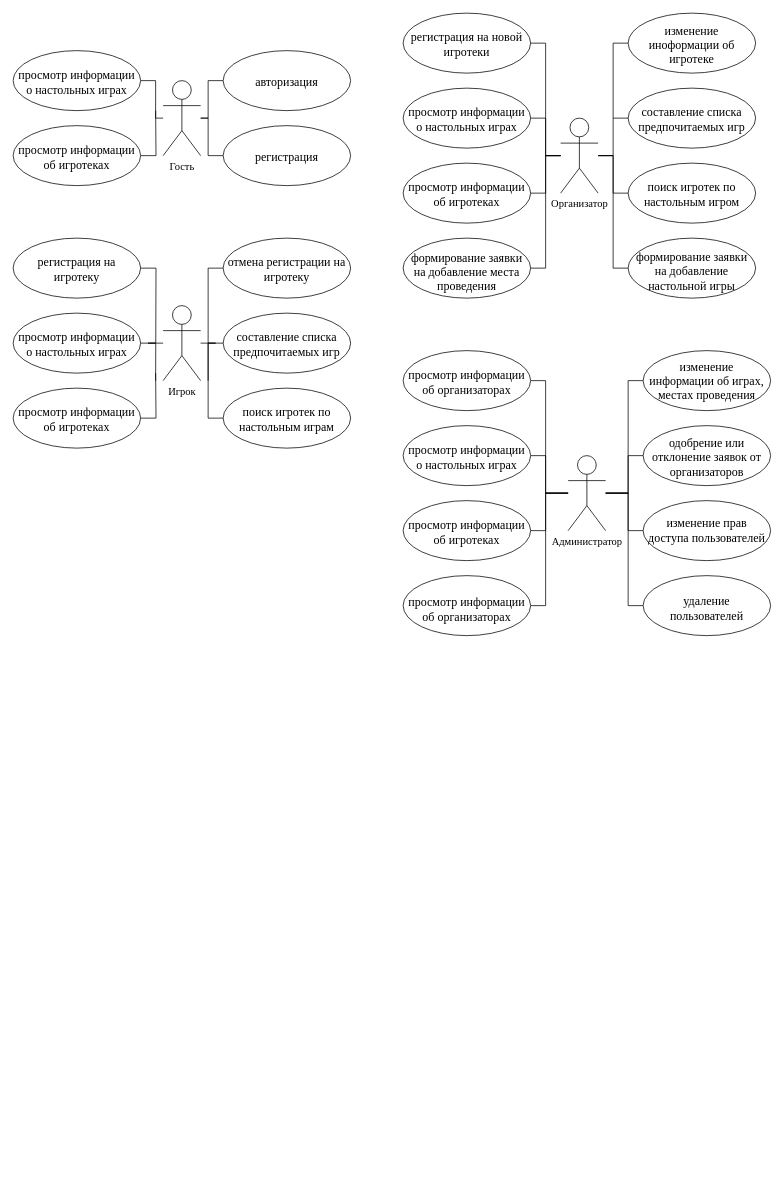
Earlier version of the draw.io diagram page "Use-Cases" (2 of 6) of docs/img/BG-ER.drawio (MyMiDiII/bmstu-board-games). Source tidied: cells renumbered, new cells numbered last; positions are measured from the earlier drawing's top-left corner, leaving out a move shared by most shapes. Both pictures are drawn from the tidied source at 75%, with x=0, y=0 at pixel (13, 13).
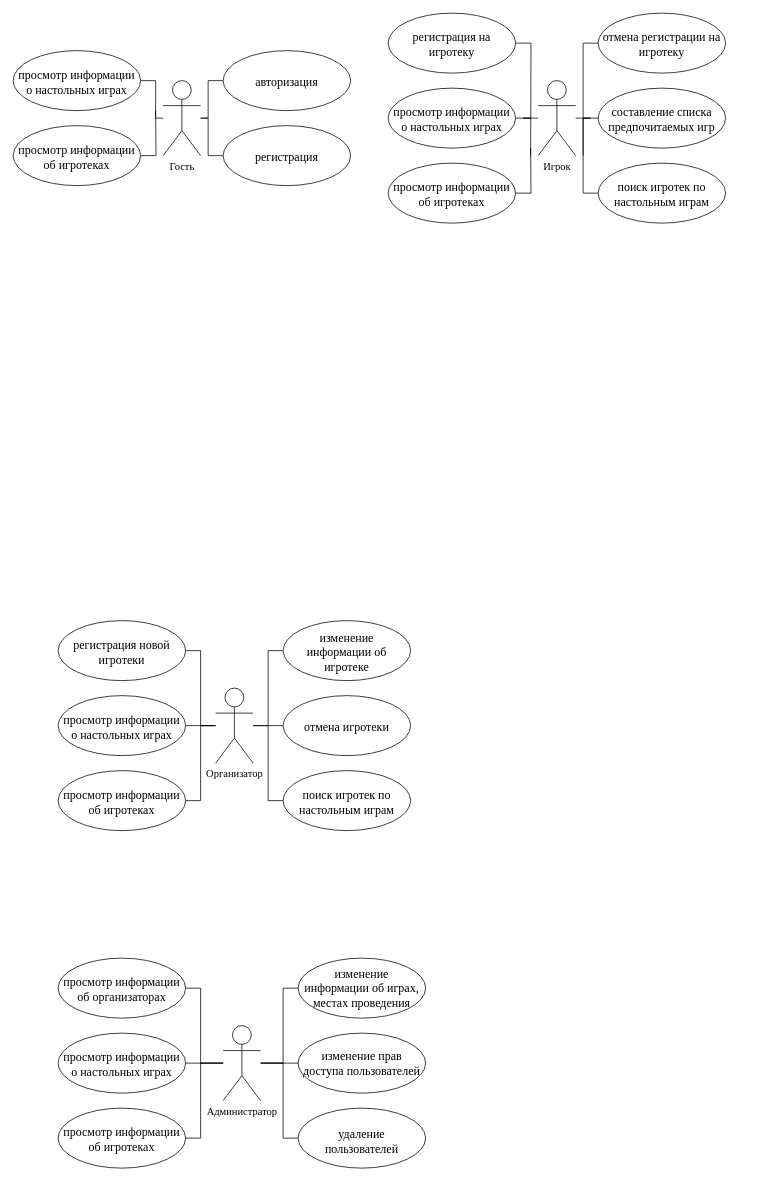
Above is the later version.

The edit, as a diff of the source:
```diff
@@
     <mxCell id="11" value="&lt;font face=&quot;Times New Roman&quot;&gt;&lt;span style=&quot;font-size: 14px;&quot;&gt;Игрок&lt;/span&gt;&lt;/font&gt;" style="shape=umlActor;verticalLabelPosition=bottom;verticalAlign=top;html=1;outlineConnect=0;" parent="1" vertex="1">
-      <mxGeometry x="200" y="390" width="50" height="100" as="geometry" />
+      <mxGeometry x="700" y="90" width="50" height="100" as="geometry" />
     </mxCell>
@@
     <mxCell id="13" value="просмотр информации о настольных играх" style="ellipse;whiteSpace=wrap;html=1;fontFamily=Times New Roman;fontSize=16;spacingLeft=5;spacingRight=5;spacingTop=3;" parent="1" vertex="1">
-      <mxGeometry y="400" width="170" height="80" as="geometry" />
+      <mxGeometry x="500" y="100" width="170" height="80" as="geometry" />
     </mxCell>
     <mxCell id="14" style="edgeStyle=orthogonalEdgeStyle;rounded=0;jettySize=auto;html=1;exitX=1;exitY=0.5;exitDx=0;exitDy=0;fontFamily=Times New Roman;fontSize=14;endArrow=none;endFill=0;" parent="1" edge="1" source="15">
       <mxGeometry relative="1" as="geometry">
-        <mxPoint x="190" y="480" as="targetPoint" />
+        <mxPoint x="690" y="180" as="targetPoint" />
       </mxGeometry>
     </mxCell>
     <mxCell id="15" value="просмотр информации об игротеках" style="ellipse;whiteSpace=wrap;html=1;fontFamily=Times New Roman;fontSize=16;spacingLeft=5;spacingRight=5;spacingTop=4;" parent="1" vertex="1">
-      <mxGeometry y="500" width="170" height="80" as="geometry" />
+      <mxGeometry x="500" y="200" width="170" height="80" as="geometry" />
     </mxCell>
@@
     <mxCell id="17" value="составление списка предпочитаемых игр" style="ellipse;whiteSpace=wrap;html=1;fontFamily=Times New Roman;fontSize=16;spacingLeft=5;spacingRight=5;spacingTop=4;" parent="1" vertex="1">
-      <mxGeometry x="280" y="400" width="170" height="80" as="geometry" />
+      <mxGeometry x="780" y="100" width="170" height="80" as="geometry" />
     </mxCell>
     <mxCell id="18" style="edgeStyle=orthogonalEdgeStyle;rounded=0;jettySize=auto;html=1;exitX=0;exitY=0.5;exitDx=0;exitDy=0;fontFamily=Times New Roman;fontSize=14;endArrow=none;endFill=0;" parent="1" edge="1" source="19">
       <mxGeometry relative="1" as="geometry">
-        <mxPoint x="260" y="440" as="targetPoint" />
+        <mxPoint x="760" y="140" as="targetPoint" />
       </mxGeometry>
     </mxCell>
     <mxCell id="19" value="поиск игротек по настольным играм" style="ellipse;whiteSpace=wrap;html=1;fontFamily=Times New Roman;fontSize=16;spacingLeft=5;spacingRight=5;spacingTop=4;" parent="1" vertex="1">
-      <mxGeometry x="280" y="500" width="170" height="80" as="geometry" />
+      <mxGeometry x="780" y="200" width="170" height="80" as="geometry" />
     </mxCell>
     <mxCell id="20" style="edgeStyle=orthogonalEdgeStyle;rounded=0;jettySize=auto;html=1;exitX=1;exitY=0.5;exitDx=0;exitDy=0;fontFamily=Times New Roman;fontSize=14;endArrow=none;endFill=0;" parent="1" edge="1" source="21">
       <mxGeometry relative="1" as="geometry">
-        <mxPoint x="190" y="490" as="targetPoint" />
+        <mxPoint x="690" y="190" as="targetPoint" />
       </mxGeometry>
     </mxCell>
     <mxCell id="21" value="регистрация на игротеку" style="ellipse;whiteSpace=wrap;html=1;fontFamily=Times New Roman;fontSize=16;spacingLeft=5;spacingRight=5;spacingTop=4;" parent="1" vertex="1">
-      <mxGeometry y="300" width="170" height="80" as="geometry" />
+      <mxGeometry x="500" width="170" height="80" as="geometry" />
     </mxCell>
     <mxCell id="22" style="edgeStyle=orthogonalEdgeStyle;rounded=0;jettySize=auto;html=1;exitX=0;exitY=0.5;exitDx=0;exitDy=0;fontFamily=Times New Roman;fontSize=14;endArrow=none;endFill=0;" parent="1" edge="1" source="23">
       <mxGeometry relative="1" as="geometry">
-        <mxPoint x="260" y="490" as="targetPoint" />
+        <mxPoint x="760" y="190" as="targetPoint" />
       </mxGeometry>
     </mxCell>
     <mxCell id="23" value="отмена регистрации на игротеку" style="ellipse;whiteSpace=wrap;html=1;fontFamily=Times New Roman;fontSize=16;spacingLeft=5;spacingRight=5;spacingTop=4;" parent="1" vertex="1">
-      <mxGeometry x="280" y="300" width="170" height="80" as="geometry" />
+      <mxGeometry x="780" width="170" height="80" as="geometry" />
     </mxCell>
     <mxCell id="24" value="&lt;font face=&quot;Times New Roman&quot;&gt;&lt;span style=&quot;font-size: 14px;&quot;&gt;Организатор&lt;/span&gt;&lt;/font&gt;" style="shape=umlActor;verticalLabelPosition=bottom;verticalAlign=top;html=1;outlineConnect=0;" parent="1" vertex="1">
-      <mxGeometry x="730" y="140" width="50" height="100" as="geometry" />
+      <mxGeometry x="270" y="900" width="50" height="100" as="geometry" />
     </mxCell>
     <mxCell id="25" style="edgeStyle=orthogonalEdgeStyle;rounded=0;jettySize=auto;html=1;exitX=1;exitY=0.5;exitDx=0;exitDy=0;fontFamily=Times New Roman;fontSize=14;endArrow=none;endFill=0;" parent="1" edge="1" source="26" target="24">
       <mxGeometry relative="1" as="geometry">
         <Array as="points">
-          <mxPoint x="710" y="140" />
-          <mxPoint x="710" y="190" />
+          <mxPoint x="260" y="950" />
+          <mxPoint x="260" y="950" />
         </Array>
       </mxGeometry>
     </mxCell>
     <mxCell id="26" value="просмотр информации о настольных играх" style="ellipse;whiteSpace=wrap;html=1;fontFamily=Times New Roman;fontSize=16;spacingLeft=5;spacingRight=5;spacingTop=3;" parent="1" vertex="1">
-      <mxGeometry x="520" y="100" width="170" height="80" as="geometry" />
+      <mxGeometry x="60" y="910" width="170" height="80" as="geometry" />
     </mxCell>
     <mxCell id="27" style="edgeStyle=orthogonalEdgeStyle;rounded=0;jettySize=auto;html=1;exitX=1;exitY=0.5;exitDx=0;exitDy=0;fontFamily=Times New Roman;fontSize=14;endArrow=none;endFill=0;" parent="1" edge="1" source="28">
       <mxGeometry relative="1" as="geometry">
-        <mxPoint x="730" y="190" as="targetPoint" />
+        <mxPoint x="270" y="950" as="targetPoint" />
         <Array as="points">
-          <mxPoint x="710" y="240" />
-          <mxPoint x="710" y="190" />
-          <mxPoint x="730" y="190" />
+          <mxPoint x="250" y="1050" />
+          <mxPoint x="250" y="950" />
+          <mxPoint x="270" y="950" />
         </Array>
       </mxGeometry>
     </mxCell>
     <mxCell id="28" value="просмотр информации об игротеках" style="ellipse;whiteSpace=wrap;html=1;fontFamily=Times New Roman;fontSize=16;spacingLeft=5;spacingRight=5;spacingTop=4;" parent="1" vertex="1">
-      <mxGeometry x="520" y="200" width="170" height="80" as="geometry" />
+      <mxGeometry x="60" y="1010" width="170" height="80" as="geometry" />
     </mxCell>
     <mxCell id="29" style="edgeStyle=orthogonalEdgeStyle;rounded=0;jettySize=auto;html=1;exitX=0;exitY=0.5;exitDx=0;exitDy=0;fontFamily=Times New Roman;fontSize=14;endArrow=none;endFill=0;" parent="1" edge="1" source="30" target="24">
       <mxGeometry relative="1" as="geometry">
         <Array as="points">
-          <mxPoint x="800" y="140" />
-          <mxPoint x="800" y="190" />
+          <mxPoint x="330" y="950" />
+          <mxPoint x="330" y="950" />
         </Array>
       </mxGeometry>
     </mxCell>
-    <mxCell id="30" value="составление списка предпочитаемых игр" style="ellipse;whiteSpace=wrap;html=1;fontFamily=Times New Roman;fontSize=16;spacingLeft=5;spacingRight=5;spacingTop=4;" parent="1" vertex="1">
-      <mxGeometry x="820" y="100" width="170" height="80" as="geometry" />
+    <mxCell id="30" value="отмена игротеки" style="ellipse;whiteSpace=wrap;html=1;fontFamily=Times New Roman;fontSize=16;spacingLeft=5;spacingRight=5;spacingTop=4;" parent="1" vertex="1">
+      <mxGeometry x="360" y="910" width="170" height="80" as="geometry" />
     </mxCell>
     <mxCell id="31" style="edgeStyle=orthogonalEdgeStyle;rounded=0;jettySize=auto;html=1;exitX=0;exitY=0.5;exitDx=0;exitDy=0;fontFamily=Times New Roman;fontSize=14;endArrow=none;endFill=0;" parent="1" edge="1" source="32">
       <mxGeometry relative="1" as="geometry">
-        <mxPoint x="780" y="190" as="targetPoint" />
+        <mxPoint x="320" y="950" as="targetPoint" />
         <Array as="points">
-          <mxPoint x="800" y="240" />
-          <mxPoint x="800" y="190" />
+          <mxPoint x="340" y="1050" />
+          <mxPoint x="340" y="950" />
+          <mxPoint x="320" y="950" />
         </Array>
       </mxGeometry>
     </mxCell>
-    <mxCell id="32" value="поиск игротек по настольным игром" style="ellipse;whiteSpace=wrap;html=1;fontFamily=Times New Roman;fontSize=16;spacingLeft=5;spacingRight=5;spacingTop=4;" parent="1" vertex="1">
-      <mxGeometry x="820" y="200" width="170" height="80" as="geometry" />
+    <mxCell id="32" value="поиск игротек по настольным играм" style="ellipse;whiteSpace=wrap;html=1;fontFamily=Times New Roman;fontSize=16;spacingLeft=5;spacingRight=5;spacingTop=4;" parent="1" vertex="1">
+      <mxGeometry x="360" y="1010" width="170" height="80" as="geometry" />
     </mxCell>
     <mxCell id="33" style="edgeStyle=orthogonalEdgeStyle;rounded=0;jettySize=auto;html=1;exitX=1;exitY=0.5;exitDx=0;exitDy=0;fontFamily=Times New Roman;fontSize=14;endArrow=none;endFill=0;" parent="1" edge="1" source="34">
       <mxGeometry relative="1" as="geometry">
-        <mxPoint x="730" y="190" as="targetPoint" />
+        <mxPoint x="270" y="950" as="targetPoint" />
         <Array as="points">
-          <mxPoint x="710" y="40" />
-          <mxPoint x="710" y="190" />
+          <mxPoint x="250" y="850" />
+          <mxPoint x="250" y="950" />
+          <mxPoint x="270" y="950" />
         </Array>
       </mxGeometry>
     </mxCell>
-    <mxCell id="34" value="регистрация на новой игротеки" style="ellipse;whiteSpace=wrap;html=1;fontFamily=Times New Roman;fontSize=16;spacingLeft=5;spacingRight=5;spacingTop=4;" parent="1" vertex="1">
-      <mxGeometry x="520" width="170" height="80" as="geometry" />
+    <mxCell id="34" value="регистрация новой игротеки" style="ellipse;whiteSpace=wrap;html=1;fontFamily=Times New Roman;fontSize=16;spacingLeft=5;spacingRight=5;spacingTop=4;" parent="1" vertex="1">
+      <mxGeometry x="60" y="810" width="170" height="80" as="geometry" />
     </mxCell>
     <mxCell id="35" style="edgeStyle=orthogonalEdgeStyle;rounded=0;jettySize=auto;html=1;exitX=0;exitY=0.5;exitDx=0;exitDy=0;fontFamily=Times New Roman;fontSize=14;endArrow=none;endFill=0;" parent="1" edge="1" source="36">
       <mxGeometry relative="1" as="geometry">
-        <mxPoint x="800" y="140" as="targetPoint" />
+        <mxPoint x="340" y="950" as="targetPoint" />
         <Array as="points">
-          <mxPoint x="800" y="40" />
+          <mxPoint x="340" y="850" />
         </Array>
       </mxGeometry>
     </mxCell>
-    <mxCell id="36" value="изменение иноформации об игротеке" style="ellipse;whiteSpace=wrap;html=1;fontFamily=Times New Roman;fontSize=16;spacingLeft=5;spacingRight=5;spacingTop=4;" parent="1" vertex="1">
-      <mxGeometry x="820" width="170" height="80" as="geometry" />
+    <mxCell id="36" value="изменение информации об игротеке" style="ellipse;whiteSpace=wrap;html=1;fontFamily=Times New Roman;fontSize=16;spacingLeft=5;spacingRight=5;spacingTop=4;" parent="1" vertex="1">
+      <mxGeometry x="360" y="810" width="170" height="80" as="geometry" />
     </mxCell>
-    <mxCell id="37" style="edgeStyle=orthogonalEdgeStyle;rounded=0;jettySize=auto;html=1;exitX=1;exitY=0.5;exitDx=0;exitDy=0;fontFamily=Times New Roman;fontSize=14;endArrow=none;endFill=0;" parent="1" edge="1" source="38">
-      <mxGeometry relative="1" as="geometry">
-        <mxPoint x="730" y="190" as="targetPoint" />
-        <Array as="points">
-          <mxPoint x="710" y="340" />
-          <mxPoint x="710" y="190" />
-        </Array>
-      </mxGeometry>
-    </mxCell>
-    <mxCell id="38" value="формирование заявки на добавление места проведения" style="ellipse;whiteSpace=wrap;html=1;fontFamily=Times New Roman;fontSize=16;spacingLeft=5;spacingRight=5;spacingTop=9;" parent="1" vertex="1">
-      <mxGeometry x="520" y="300" width="170" height="80" as="geometry" />
-    </mxCell>
-    <mxCell id="39" style="edgeStyle=orthogonalEdgeStyle;rounded=0;jettySize=auto;html=1;exitX=0;exitY=0.5;exitDx=0;exitDy=0;fontFamily=Times New Roman;fontSize=14;endArrow=none;endFill=0;" parent="1" edge="1" source="40">
-      <mxGeometry relative="1" as="geometry">
-        <mxPoint x="780" y="190" as="targetPoint" />
-        <Array as="points">
-          <mxPoint x="800" y="340" />
-          <mxPoint x="800" y="190" />
-        </Array>
-      </mxGeometry>
-    </mxCell>
-    <mxCell id="40" value="формирование заявки на добавление настольной игры" style="ellipse;whiteSpace=wrap;html=1;fontFamily=Times New Roman;fontSize=16;spacingLeft=5;spacingRight=5;spacingTop=8;" parent="1" vertex="1">
-      <mxGeometry x="820" y="300" width="170" height="80" as="geometry" />
-    </mxCell>
     <mxCell id="41" value="&lt;font face=&quot;Times New Roman&quot;&gt;&lt;span style=&quot;font-size: 14px;&quot;&gt;Администратор&lt;/span&gt;&lt;/font&gt;" style="shape=umlActor;verticalLabelPosition=bottom;verticalAlign=top;html=1;outlineConnect=0;" parent="1" vertex="1">
-      <mxGeometry x="740" y="590" width="50" height="100" as="geometry" />
+      <mxGeometry x="280" y="1350" width="50" height="100" as="geometry" />
     </mxCell>
     <mxCell id="42" style="edgeStyle=orthogonalEdgeStyle;rounded=0;jettySize=auto;html=1;exitX=1;exitY=0.5;exitDx=0;exitDy=0;fontFamily=Times New Roman;fontSize=14;endArrow=none;endFill=0;" parent="1" edge="1" source="43" target="41">
       <mxGeometry relative="1" as="geometry">
         <Array as="points">
-          <mxPoint x="710" y="590" />
-          <mxPoint x="710" y="640" />
+          <mxPoint x="260" y="1400" />
+          <mxPoint x="260" y="1400" />
         </Array>
       </mxGeometry>
     </mxCell>
     <mxCell id="43" value="просмотр информации о настольных играх" style="ellipse;whiteSpace=wrap;html=1;fontFamily=Times New Roman;fontSize=16;spacingLeft=5;spacingRight=5;spacingTop=3;" parent="1" vertex="1">
-      <mxGeometry x="520" y="550" width="170" height="80" as="geometry" />
+      <mxGeometry x="60" y="1360" width="170" height="80" as="geometry" />
     </mxCell>
     <mxCell id="44" style="edgeStyle=orthogonalEdgeStyle;rounded=0;jettySize=auto;html=1;exitX=1;exitY=0.5;exitDx=0;exitDy=0;fontFamily=Times New Roman;fontSize=14;endArrow=none;endFill=0;" parent="1" edge="1" source="45">
       <mxGeometry relative="1" as="geometry">
-        <mxPoint x="740" y="640" as="targetPoint" />
+        <mxPoint x="280" y="1400" as="targetPoint" />
         <Array as="points">
-          <mxPoint x="710" y="690" />
-          <mxPoint x="710" y="640" />
+          <mxPoint x="250" y="1500" />
+          <mxPoint x="250" y="1400" />
+          <mxPoint x="280" y="1400" />
         </Array>
       </mxGeometry>
     </mxCell>
     <mxCell id="45" value="просмотр информации об игротеках" style="ellipse;whiteSpace=wrap;html=1;fontFamily=Times New Roman;fontSize=16;spacingLeft=5;spacingRight=5;spacingTop=4;" parent="1" vertex="1">
-      <mxGeometry x="520" y="650" width="170" height="80" as="geometry" />
+      <mxGeometry x="60" y="1460" width="170" height="80" as="geometry" />
     </mxCell>
-    <mxCell id="46" style="edgeStyle=orthogonalEdgeStyle;rounded=0;jettySize=auto;html=1;exitX=0;exitY=0.5;exitDx=0;exitDy=0;fontFamily=Times New Roman;fontSize=14;endArrow=none;endFill=0;" parent="1" edge="1" source="47" target="41">
-      <mxGeometry relative="1" as="geometry">
-        <Array as="points">
-          <mxPoint x="820" y="590" />
-          <mxPoint x="820" y="640" />
-        </Array>
-      </mxGeometry>
-    </mxCell>
-    <mxCell id="47" value="одобрение или отклонение заявок от организаторов" style="ellipse;whiteSpace=wrap;html=1;fontFamily=Times New Roman;fontSize=16;spacingLeft=5;spacingRight=5;spacingTop=4;" parent="1" vertex="1">
-      <mxGeometry x="840" y="550" width="170" height="80" as="geometry" />
-    </mxCell>
     <mxCell id="48" style="edgeStyle=orthogonalEdgeStyle;rounded=0;jettySize=auto;html=1;exitX=0;exitY=0.5;exitDx=0;exitDy=0;fontFamily=Times New Roman;fontSize=14;endArrow=none;endFill=0;" parent="1" edge="1" source="49">
       <mxGeometry relative="1" as="geometry">
-        <mxPoint x="790" y="640" as="targetPoint" />
+        <mxPoint x="330" y="1400" as="targetPoint" />
         <Array as="points">
-          <mxPoint x="820" y="690" />
-          <mxPoint x="820" y="640" />
+          <mxPoint x="380" y="1400" />
+          <mxPoint x="330" y="1400" />
         </Array>
       </mxGeometry>
     </mxCell>
     <mxCell id="49" value="изменение прав доступа пользователей" style="ellipse;whiteSpace=wrap;html=1;fontFamily=Times New Roman;fontSize=16;spacingLeft=5;spacingRight=5;spacingTop=0;" parent="1" vertex="1">
-      <mxGeometry x="840" y="650" width="170" height="80" as="geometry" />
+      <mxGeometry x="380" y="1360" width="170" height="80" as="geometry" />
     </mxCell>
     <mxCell id="50" style="edgeStyle=orthogonalEdgeStyle;rounded=0;jettySize=auto;html=1;exitX=1;exitY=0.5;exitDx=0;exitDy=0;fontFamily=Times New Roman;fontSize=14;endArrow=none;endFill=0;" parent="1" edge="1" source="51">
       <mxGeometry relative="1" as="geometry">
-        <mxPoint x="740" y="640" as="targetPoint" />
+        <mxPoint x="280" y="1400" as="targetPoint" />
         <Array as="points">
-          <mxPoint x="710" y="490" />
-          <mxPoint x="710" y="640" />
+          <mxPoint x="250" y="1300" />
+          <mxPoint x="250" y="1400" />
+          <mxPoint x="280" y="1400" />
         </Array>
       </mxGeometry>
     </mxCell>
     <mxCell id="51" value="просмотр информации об организаторах" style="ellipse;whiteSpace=wrap;html=1;fontFamily=Times New Roman;fontSize=16;spacingLeft=5;spacingRight=5;spacingTop=4;" parent="1" vertex="1">
-      <mxGeometry x="520" y="450" width="170" height="80" as="geometry" />
+      <mxGeometry x="60" y="1260" width="170" height="80" as="geometry" />
     </mxCell>
     <mxCell id="52" style="edgeStyle=orthogonalEdgeStyle;rounded=0;jettySize=auto;html=1;exitX=0;exitY=0.5;exitDx=0;exitDy=0;fontFamily=Times New Roman;fontSize=14;endArrow=none;endFill=0;" parent="1" edge="1" source="53">
       <mxGeometry relative="1" as="geometry">
-        <mxPoint x="790" y="640" as="targetPoint" />
+        <mxPoint x="330" y="1400" as="targetPoint" />
         <Array as="points">
-          <mxPoint x="820" y="490" />
-          <mxPoint x="820" y="640" />
+          <mxPoint x="360" y="1300" />
+          <mxPoint x="360" y="1400" />
+          <mxPoint x="330" y="1400" />
         </Array>
       </mxGeometry>
     </mxCell>
     <mxCell id="53" value="изменение информации об играх, местах проведения" style="ellipse;whiteSpace=wrap;html=1;fontFamily=Times New Roman;fontSize=16;spacingLeft=5;spacingRight=5;spacingTop=0;" parent="1" vertex="1">
-      <mxGeometry x="840" y="450" width="170" height="80" as="geometry" />
+      <mxGeometry x="380" y="1260" width="170" height="80" as="geometry" />
     </mxCell>
-    <mxCell id="54" style="edgeStyle=orthogonalEdgeStyle;rounded=0;jettySize=auto;html=1;exitX=1;exitY=0.5;exitDx=0;exitDy=0;fontFamily=Times New Roman;fontSize=14;endArrow=none;endFill=0;" parent="1" edge="1" source="55">
-      <mxGeometry relative="1" as="geometry">
-        <mxPoint x="740" y="640" as="targetPoint" />
-        <Array as="points">
-          <mxPoint x="710" y="790" />
-          <mxPoint x="710" y="640" />
-        </Array>
-      </mxGeometry>
-    </mxCell>
-    <mxCell id="55" value="просмотр информации об организаторах" style="ellipse;whiteSpace=wrap;html=1;fontFamily=Times New Roman;fontSize=16;spacingLeft=5;spacingRight=5;spacingTop=9;" parent="1" vertex="1">
-      <mxGeometry x="520" y="750" width="170" height="80" as="geometry" />
-    </mxCell>
     <mxCell id="56" style="edgeStyle=orthogonalEdgeStyle;rounded=0;jettySize=auto;html=1;exitX=0;exitY=0.5;exitDx=0;exitDy=0;fontFamily=Times New Roman;fontSize=14;endArrow=none;endFill=0;" parent="1" edge="1" source="57">
       <mxGeometry relative="1" as="geometry">
-        <mxPoint x="790" y="640" as="targetPoint" />
+        <mxPoint x="330" y="1400" as="targetPoint" />
         <Array as="points">
-          <mxPoint x="820" y="790" />
-          <mxPoint x="820" y="640" />
+          <mxPoint x="360" y="1500" />
+          <mxPoint x="360" y="1400" />
+          <mxPoint x="330" y="1400" />
         </Array>
       </mxGeometry>
     </mxCell>
     <mxCell id="57" value="удаление пользователей" style="ellipse;whiteSpace=wrap;html=1;fontFamily=Times New Roman;fontSize=16;spacingLeft=5;spacingRight=5;spacingTop=8;" parent="1" vertex="1">
-      <mxGeometry x="840" y="750" width="170" height="80" as="geometry" />
+      <mxGeometry x="380" y="1460" width="170" height="80" as="geometry" />
     </mxCell>
```
